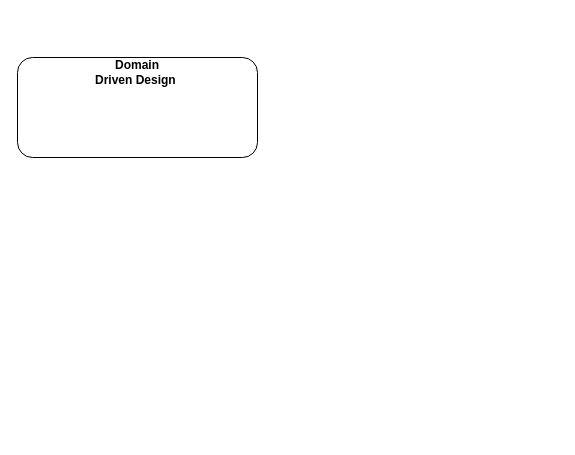
The draw.io diagram diagrams/theoretical framework.drawio in profjordanov/phd, before the edit. Source tidied: cells renumbered, new cells numbered last; positions are measured from the earlier drawing's top-left corner, leaving out a move shared by most shapes. Both pictures are drawn from the tidied source at 100%, with x=0, y=0 at pixel (17, 57). Pictures stored in the file or linked from it are replaced by grey dashed boxes.
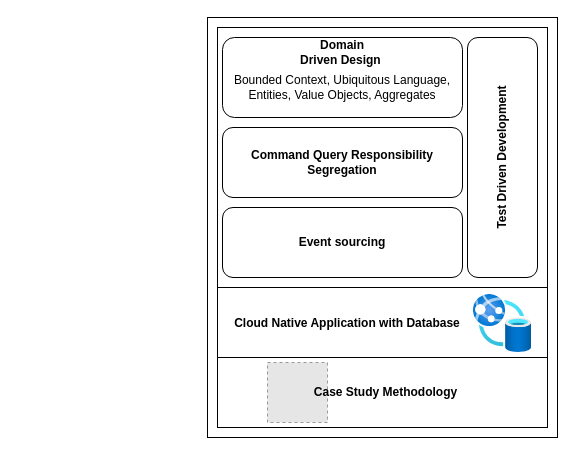
The same diagram, later.

What changed in the source:
```diff
@@
 <mxGraphModel>
   <root>
     <mxCell id="0" />
     <mxCell id="1" parent="0" />
+    <mxCell id="4" style="rounded=0;whiteSpace=wrap;html=1;" parent="1" vertex="1">
+      <mxGeometry x="190" y="-40" width="350" height="420" as="geometry" />
+    </mxCell>
+    <mxCell id="5" style="rounded=0;whiteSpace=wrap;html=1;" parent="1" vertex="1">
+      <mxGeometry x="200" y="-30" width="330" height="330" as="geometry" />
+    </mxCell>
+    <mxCell id="6" style="rounded=0;whiteSpace=wrap;html=1;" parent="1" vertex="1">
+      <mxGeometry x="200" y="-30" width="330" height="260" as="geometry" />
+    </mxCell>
     <mxCell id="2" style="rounded=1;whiteSpace=wrap;html=1;" parent="1" vertex="1">
-      <mxGeometry width="240" height="100" as="geometry" />
+      <mxGeometry x="205" y="-20" width="240" height="80" as="geometry" />
     </mxCell>
     <mxCell id="3" value="&lt;b&gt;Domain&lt;br/&gt;Driven Design&amp;nbsp;&lt;/b&gt;" style="text;html=1;strokeColor=none;fillColor=none;align=center;verticalAlign=middle;whiteSpace=wrap;rounded=0;" parent="1" vertex="1">
-      <mxGeometry x="10" width="220" height="30" as="geometry" />
+      <mxGeometry x="180" y="-20" width="290" height="30" as="geometry" />
     </mxCell>
+    <mxCell id="7" value="Bounded Context, Ubiquitous Language, Entities, Value Objects, Aggregates" style="text;html=1;strokeColor=none;fillColor=none;align=center;verticalAlign=middle;whiteSpace=wrap;rounded=0;" parent="1" vertex="1">
+      <mxGeometry x="200" y="-10" width="250" height="80" as="geometry" />
+    </mxCell>
+    <mxCell id="8" value="&lt;b&gt;Command Query Responsibility Segregation&lt;/b&gt;" style="rounded=1;whiteSpace=wrap;html=1;" parent="1" vertex="1">
+      <mxGeometry x="205" y="70" width="240" height="70" as="geometry" />
+    </mxCell>
+    <mxCell id="9" value="&lt;b&gt;Event sourcing&lt;/b&gt;" style="rounded=1;whiteSpace=wrap;html=1;" parent="1" vertex="1">
+      <mxGeometry x="205" y="150" width="240" height="70" as="geometry" />
+    </mxCell>
+    <mxCell id="10" value="&lt;b&gt;Test Driven Development&lt;/b&gt;" style="rounded=1;whiteSpace=wrap;html=1;rotation=-90;" parent="1" vertex="1">
+      <mxGeometry x="365" y="65" width="240" height="70" as="geometry" />
+    </mxCell>
+    <mxCell id="11" style="rounded=0;whiteSpace=wrap;html=1;" parent="1" vertex="1">
+      <mxGeometry x="200" y="300" width="330" height="70" as="geometry" />
+    </mxCell>
+    <mxCell id="12" style="fillColor=#E6E6E6;strokeColor=#999999;dashed=1;html=1;verticalAlign=top;verticalLabelPosition=bottom;labelBackgroundColor=#ffffff;" parent="1" vertex="1">
+      <mxGeometry x="250" y="305" width="60" height="60" as="geometry" />
+    </mxCell>
+    <mxCell id="13" style="image;html=1;align=center;fontSize=12;image=img/lib/azure2/other/Web_App_Database.svg;" parent="1" vertex="1">
+      <mxGeometry x="456" y="237" width="58" height="58" as="geometry" />
+    </mxCell>
+    <mxCell id="14" value="&lt;b style=&quot;border-color: var(--border-color);&quot;&gt;Cloud Native Application with Database&lt;/b&gt;" style="text;html=1;strokeColor=none;fillColor=none;align=center;verticalAlign=middle;whiteSpace=wrap;rounded=0;" parent="1" vertex="1">
+      <mxGeometry x="200" y="251" width="260" height="30" as="geometry" />
+    </mxCell>
+    <mxCell id="15" value="&lt;b style=&quot;border-color: var(--border-color);&quot;&gt;Case Study Methodology&lt;/b&gt;" style="text;html=1;strokeColor=none;fillColor=none;align=center;verticalAlign=middle;whiteSpace=wrap;rounded=0;" parent="1" vertex="1">
+      <mxGeometry x="281" y="320" width="175" height="30" as="geometry" />
+    </mxCell>
   </root>
 </mxGraphModel>
```
